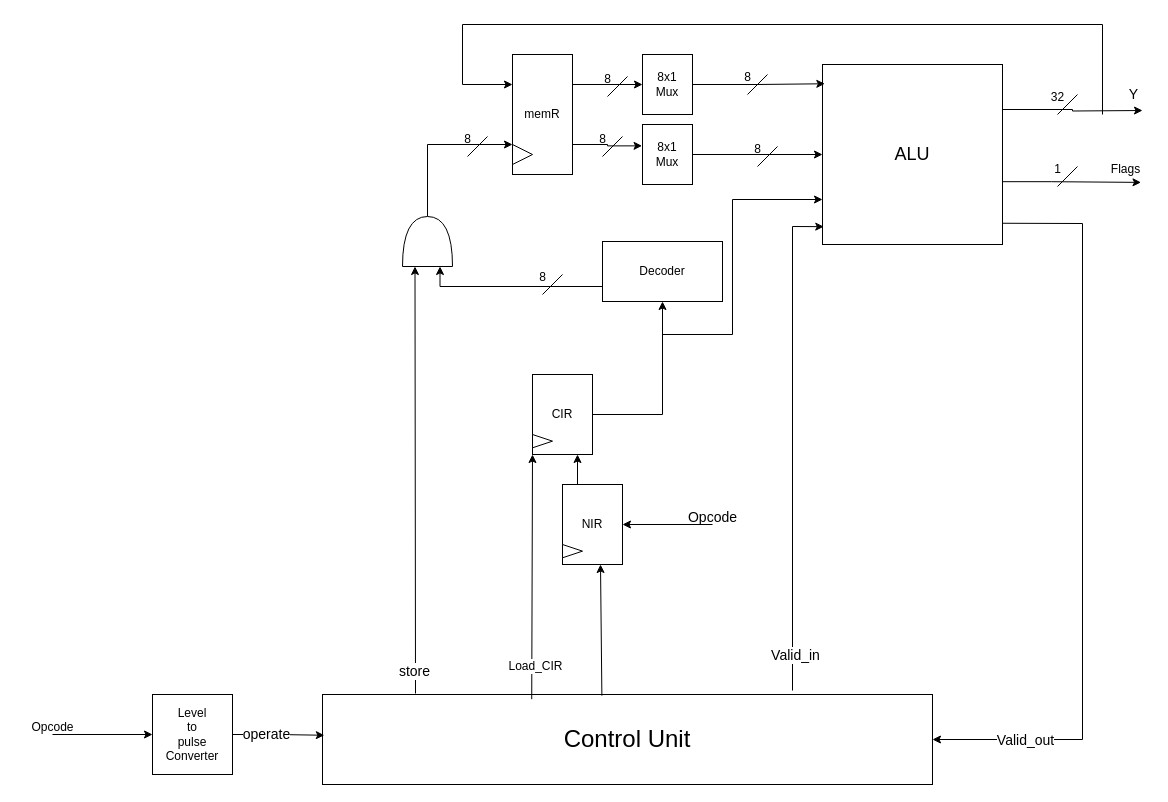
The draw.io diagram page "Page-2" (2 of 2) of Alu.new.drawio in abubakar-lgtm/DSD_2023_Abubakar, before the edit. Source tidied: cells renumbered, new cells numbered last; positions are measured from the earlier drawing's top-left corner, leaving out a move shared by most shapes. Both pictures are drawn from the tidied source at 100%, with x=0, y=0 at pixel (17, 24).
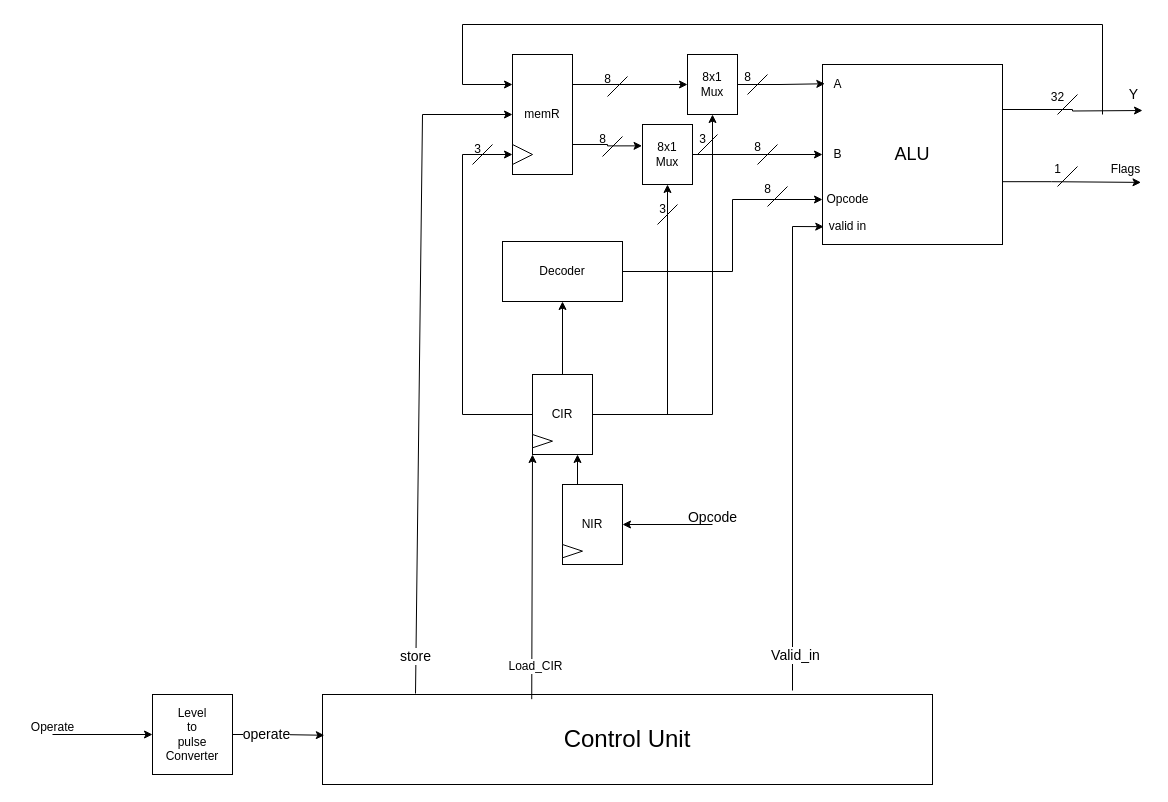
The same diagram, later.

The change refers to these unchanged cells:
```xml
<mxCell id="2" value="&lt;font style=&quot;font-size: 24px;&quot;&gt;Control Unit&lt;/font&gt;" style="rounded=0;whiteSpace=wrap;html=1;" parent="1" vertex="1">
  <mxGeometry x="305" y="670" width="610" height="90" as="geometry" />
</mxCell>
<mxCell id="4" value="CIR" style="rounded=0;whiteSpace=wrap;html=1;direction=south;" parent="3" vertex="1">
  <mxGeometry width="60" height="80" as="geometry" />
</mxCell>
<mxCell id="22" value="memR" style="rounded=0;whiteSpace=wrap;html=1;direction=south;" parent="21" vertex="1">
  <mxGeometry width="60" height="120" as="geometry" />
</mxCell>
<mxCell id="23" style="triangle;whiteSpace=wrap;html=1;" parent="21" vertex="1">
  <mxGeometry y="90" width="20" height="20" as="geometry" />
</mxCell>
<mxCell id="25" value="8x1&lt;br&gt;Mux" style="rounded=0;whiteSpace=wrap;html=1;direction=south;" parent="1" vertex="1">
  <mxGeometry x="625" y="100" width="50" height="60" as="geometry" />
</mxCell>
<mxCell id="40" value="&lt;font style=&quot;font-size: 18px;&quot;&gt;ALU&lt;/font&gt;" style="whiteSpace=wrap;html=1;" parent="1" vertex="1">
  <mxGeometry x="805" y="40" width="180" height="180" as="geometry" />
</mxCell>
```

Diff of the diagram source:
```diff
@@
-    <mxCell id="9" style="endArrow=classic;html=1;rounded=0;exitX=0.458;exitY=0.013;exitDx=0;exitDy=0;exitPerimeter=0;" parent="1" edge="1" source="2">
-      <mxGeometry relative="1" as="geometry">
-        <mxPoint x="583" y="540" as="targetPoint" />
-      </mxGeometry>
-    </mxCell>
@@
     <mxCell id="13" value="Decoder" style="rounded=0;whiteSpace=wrap;html=1;direction=west;" parent="1" vertex="1">
-      <mxGeometry x="585" y="217" width="120" height="60" as="geometry" />
+      <mxGeometry x="485" y="217" width="120" height="60" as="geometry" />
     </mxCell>
@@
-    <mxCell id="16" style="endArrow=classic;html=1;rounded=0;entryX=0;entryY=0.25;entryDx=0;entryDy=0;entryPerimeter=0;" parent="1" edge="1" target="19">
+    <mxCell id="16" style="endArrow=classic;html=1;rounded=0;entryX=0.5;entryY=1;entryDx=0;entryDy=0;" parent="1" edge="1" target="22">
       <mxGeometry relative="1" as="geometry">
         <mxPoint x="398" y="669" as="sourcePoint" />
+        <Array as="points">
+          <mxPoint x="405" y="90" />
+        </Array>
       </mxGeometry>
     </mxCell>
@@
-    <mxCell id="18" style="edgeStyle=orthogonalEdgeStyle;rounded=0;jettySize=auto;html=1;entryX=0.75;entryY=1;entryDx=0;entryDy=0;exitX=1;exitY=0.5;exitDx=0;exitDy=0;exitPerimeter=0;" parent="1" edge="1" source="19" target="22">
-      <mxGeometry relative="1" as="geometry" />
-    </mxCell>
-    <mxCell id="19" style="shape=or;whiteSpace=wrap;html=1;direction=north;" parent="1" vertex="1">
-      <mxGeometry x="385" y="192" width="50" height="50" as="geometry" />
-    </mxCell>
-    <mxCell id="20" style="edgeStyle=orthogonalEdgeStyle;rounded=0;jettySize=auto;html=1;exitX=1;exitY=0.25;exitDx=0;exitDy=0;entryX=0;entryY=0.75;entryDx=0;entryDy=0;entryPerimeter=0;" parent="1" edge="1" source="13" target="19">
-      <mxGeometry relative="1" as="geometry" />
-    </mxCell>
@@
     <mxCell id="26" value="8x1&lt;br&gt;Mux" style="rounded=0;whiteSpace=wrap;html=1;direction=south;" parent="1" vertex="1">
-      <mxGeometry x="625" y="30" width="50" height="60" as="geometry" />
+      <mxGeometry x="670" y="30" width="50" height="60" as="geometry" />
     </mxCell>
@@
-    <mxCell id="29" style="endArrow=none;html=1;rounded=0;fontStyle=0;" parent="1" edge="1">
-      <mxGeometry relative="1" as="geometry">
-        <mxPoint x="545" y="250" as="sourcePoint" />
-        <mxPoint x="525" y="270" as="targetPoint" />
-      </mxGeometry>
-    </mxCell>
-    <mxCell id="30" value="8" style="text;html=1;align=center;verticalAlign=middle;strokeColor=none;fillColor=none;fontStyle=0;" parent="1" vertex="1">
-      <mxGeometry x="510" y="238" width="30" height="30" as="geometry" />
-    </mxCell>
     <mxCell id="31" style="endArrow=none;html=1;rounded=0;" parent="1" edge="1">
       <mxGeometry relative="1" as="geometry">
-        <mxPoint x="470" y="112" as="sourcePoint" />
-        <mxPoint x="450" y="132" as="targetPoint" />
+        <mxPoint x="475" y="120" as="sourcePoint" />
+        <mxPoint x="455" y="140" as="targetPoint" />
       </mxGeometry>
     </mxCell>
-    <mxCell id="32" value="8" style="text;html=1;align=center;verticalAlign=middle;strokeColor=none;fillColor=none;" parent="1" vertex="1">
-      <mxGeometry x="435" y="100" width="30" height="30" as="geometry" />
+    <mxCell id="32" value="3" style="text;html=1;align=center;verticalAlign=middle;strokeColor=none;fillColor=none;" parent="1" vertex="1">
+      <mxGeometry x="445" y="110" width="30" height="30" as="geometry" />
     </mxCell>
@@
-    <mxCell id="42" style="endArrow=classic;html=1;rounded=0;entryX=0;entryY=0.75;entryDx=0;entryDy=0;" parent="1" edge="1" target="40">
+    <mxCell id="42" style="endArrow=classic;html=1;rounded=0;entryX=0;entryY=0.75;entryDx=0;entryDy=0;exitX=0;exitY=0.5;exitDx=0;exitDy=0;" parent="1" edge="1" source="13" target="40">
       <mxGeometry relative="1" as="geometry">
-        <mxPoint x="645" y="310" as="sourcePoint" />
         <Array as="points">
-          <mxPoint x="715" y="310" />
+          <mxPoint x="715" y="247" />
           <mxPoint x="715" y="175" />
         </Array>
       </mxGeometry>
     </mxCell>
@@
     <mxCell id="48" style="endArrow=none;html=1;rounded=0;fontStyle=0;" parent="1" edge="1">
       <mxGeometry relative="1" as="geometry">
-        <mxPoint x="760" y="122" as="sourcePoint" />
-        <mxPoint x="740" y="142" as="targetPoint" />
+        <mxPoint x="760" y="120" as="sourcePoint" />
+        <mxPoint x="740" y="140" as="targetPoint" />
       </mxGeometry>
     </mxCell>
     <mxCell id="49" value="8" style="text;html=1;align=center;verticalAlign=middle;strokeColor=none;fillColor=none;fontStyle=0;" parent="1" vertex="1">
-      <mxGeometry x="725" y="110" width="30" height="30" as="geometry" />
+      <mxGeometry x="725" y="108" width="30" height="30" as="geometry" />
     </mxCell>
@@
-    <mxCell id="58" value="Opcode" style="text;html=1;align=center;verticalAlign=middle;strokeColor=none;fillColor=none;" parent="1" vertex="1">
+    <mxCell id="58" value="Operate" style="text;html=1;align=center;verticalAlign=middle;strokeColor=none;fillColor=none;" parent="1" vertex="1">
       <mxGeometry y="688" width="70" height="30" as="geometry" />
     </mxCell>
-    <mxCell id="59" style="endArrow=classic;html=1;rounded=0;entryX=1;entryY=0.5;entryDx=0;entryDy=0;exitX=0.999;exitY=0.882;exitDx=0;exitDy=0;exitPerimeter=0;" parent="1" edge="1" source="40" target="2">
-      <mxGeometry relative="1" as="geometry">
-        <Array as="points">
-          <mxPoint x="1065" y="199" />
-          <mxPoint x="1065" y="715" />
-        </Array>
-      </mxGeometry>
-    </mxCell>
-    <mxCell id="60" value="&lt;font style=&quot;font-size: 14px;&quot;&gt;Valid_out&lt;/font&gt;" style="edgeLabel;html=1;align=center;verticalAlign=middle;" parent="59" vertex="1">
-      <mxGeometry x="0.66" relative="1" as="geometry">
-        <mxPoint x="-35" as="offset" />
-      </mxGeometry>
-    </mxCell>
@@
+    <mxCell id="63" style="edgeStyle=orthogonalEdgeStyle;rounded=0;jettySize=auto;html=1;entryX=0;entryY=0.5;entryDx=0;entryDy=0;" parent="1" edge="1" source="4" target="23">
+      <mxGeometry relative="1" as="geometry">
+        <Array as="points">
+          <mxPoint x="445" y="390" />
+          <mxPoint x="445" y="130" />
+        </Array>
+      </mxGeometry>
+    </mxCell>
+    <mxCell id="64" style="endArrow=none;html=1;rounded=0;fontStyle=0;" parent="1" edge="1">
+      <mxGeometry relative="1" as="geometry">
+        <mxPoint x="770" y="162" as="sourcePoint" />
+        <mxPoint x="750" y="182" as="targetPoint" />
+      </mxGeometry>
+    </mxCell>
+    <mxCell id="30" value="8" style="text;html=1;align=center;verticalAlign=middle;strokeColor=none;fillColor=none;fontStyle=0;" parent="1" vertex="1">
+      <mxGeometry x="735" y="150" width="30" height="30" as="geometry" />
+    </mxCell>
+    <mxCell id="65" style="edgeStyle=orthogonalEdgeStyle;rounded=0;jettySize=auto;html=1;entryX=1;entryY=0.5;entryDx=0;entryDy=0;" parent="1" edge="1" source="4" target="25">
+      <mxGeometry relative="1" as="geometry" />
+    </mxCell>
+    <mxCell id="66" style="endArrow=none;html=1;rounded=0;" parent="1" edge="1">
+      <mxGeometry relative="1" as="geometry">
+        <mxPoint x="660" y="180" as="sourcePoint" />
+        <mxPoint x="640" y="200" as="targetPoint" />
+      </mxGeometry>
+    </mxCell>
+    <mxCell id="67" value="3" style="text;html=1;align=center;verticalAlign=middle;strokeColor=none;fillColor=none;" parent="1" vertex="1">
+      <mxGeometry x="630" y="170" width="30" height="30" as="geometry" />
+    </mxCell>
+    <mxCell id="68" style="edgeStyle=orthogonalEdgeStyle;rounded=0;jettySize=auto;html=1;entryX=1;entryY=0.5;entryDx=0;entryDy=0;" parent="1" edge="1" source="4" target="26">
+      <mxGeometry relative="1" as="geometry" />
+    </mxCell>
+    <mxCell id="69" style="endArrow=none;html=1;rounded=0;" parent="1" edge="1">
+      <mxGeometry relative="1" as="geometry">
+        <mxPoint x="700" y="110" as="sourcePoint" />
+        <mxPoint x="680" y="130" as="targetPoint" />
+      </mxGeometry>
+    </mxCell>
+    <mxCell id="70" value="3" style="text;html=1;align=center;verticalAlign=middle;strokeColor=none;fillColor=none;" parent="1" vertex="1">
+      <mxGeometry x="670" y="100" width="30" height="30" as="geometry" />
+    </mxCell>
+    <mxCell id="71" value="A" style="text;html=1;align=center;verticalAlign=middle;strokeColor=none;fillColor=none;" parent="1" vertex="1">
+      <mxGeometry x="805" y="45" width="30" height="30" as="geometry" />
+    </mxCell>
+    <mxCell id="72" value="B" style="text;html=1;align=center;verticalAlign=middle;strokeColor=none;fillColor=none;" parent="1" vertex="1">
+      <mxGeometry x="805" y="115" width="30" height="30" as="geometry" />
+    </mxCell>
+    <mxCell id="73" value="Opcode" style="text;html=1;align=center;verticalAlign=middle;strokeColor=none;fillColor=none;" parent="1" vertex="1">
+      <mxGeometry x="795" y="160" width="70" height="30" as="geometry" />
+    </mxCell>
+    <mxCell id="74" value="valid in" style="text;html=1;align=center;verticalAlign=middle;strokeColor=none;fillColor=none;" parent="1" vertex="1">
+      <mxGeometry x="800" y="187" width="60" height="30" as="geometry" />
+    </mxCell>
```
